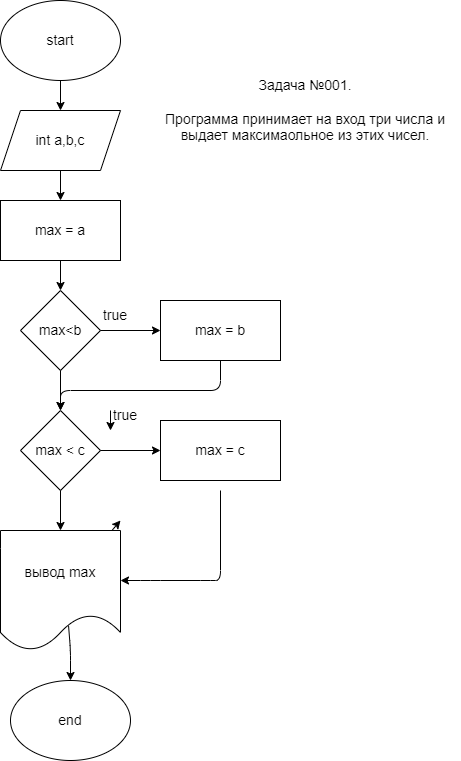
Above: Sem001_001/Blockchart001.drawio.png in ValeriiLubiako/C-Sharp_Repo (draw.io), before the change. Source tidied: cells renumbered, new cells last; positions are measured from the earlier drawing's top-left corner, leaving out a move shared by most shapes.
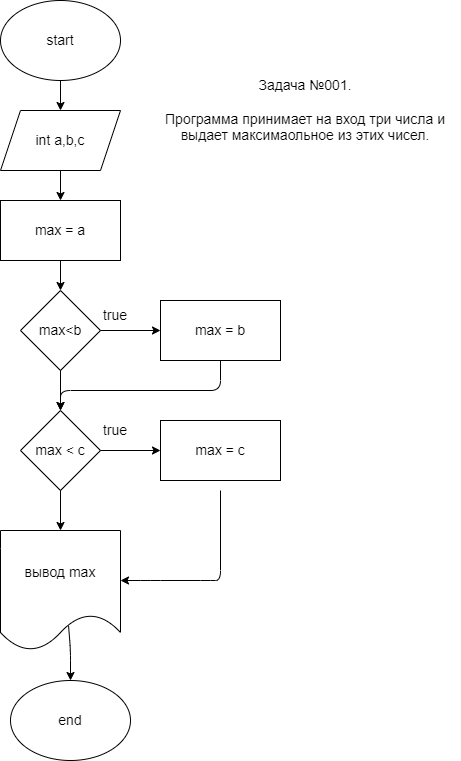
Later version of the same file.

Diff of the diagram source:
```diff
@@ -77,22 +77,12 @@
         </Array>
       </mxGeometry>
     </mxCell>
-    <mxCell id="21" style="edgeStyle=none;html=1;exitX=0;exitY=0;exitDx=0;exitDy=0;fontSize=14;" parent="1" edge="1" source="22">
-      <mxGeometry relative="1" as="geometry">
-        <mxPoint x="110" y="430" as="targetPoint" />
-      </mxGeometry>
-    </mxCell>
     <mxCell id="22" value="true" style="text;html=1;strokeColor=none;fillColor=none;align=center;verticalAlign=middle;whiteSpace=wrap;rounded=0;fontSize=14;" parent="1" vertex="1">
-      <mxGeometry x="110" y="410" width="30" height="10" as="geometry" />
+      <mxGeometry x="100" y="420" width="30" height="20" as="geometry" />
     </mxCell>
     <mxCell id="23" style="endArrow=classic;html=1;fontSize=14;exitX=0.5;exitY=1;exitDx=0;exitDy=0;entryX=0.5;entryY=0;entryDx=0;entryDy=0;" parent="1" edge="1" source="7" target="10">
       <mxGeometry relative="1" as="geometry" />
     </mxCell>
-    <mxCell id="24" style="endArrow=classic;html=1;fontSize=14;" parent="1" edge="1" source="10">
-      <mxGeometry relative="1" as="geometry">
-        <mxPoint x="120" y="520" as="targetPoint" />
-      </mxGeometry>
-    </mxCell>
     <mxCell id="25" style="edgeStyle=none;html=1;fontSize=14;" parent="1" edge="1">
       <mxGeometry relative="1" as="geometry">
         <mxPoint x="160" y="100" as="sourcePoint" />
```
